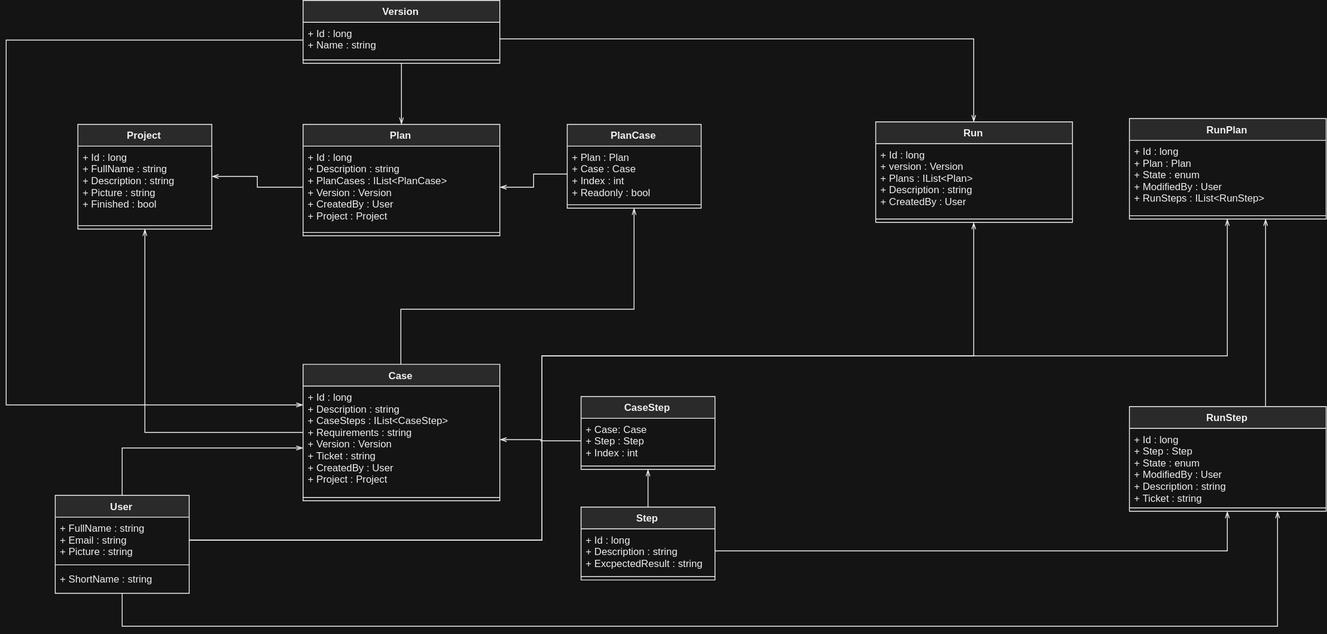
Before: Digramme_UML.svg, a diagram exported from draw.io (jeremy-beuchot/qualityreaction). Source tidied: cells renumbered, new cells last; positions are measured from the earlier drawing's top-left corner, leaving out a move shared by most shapes.
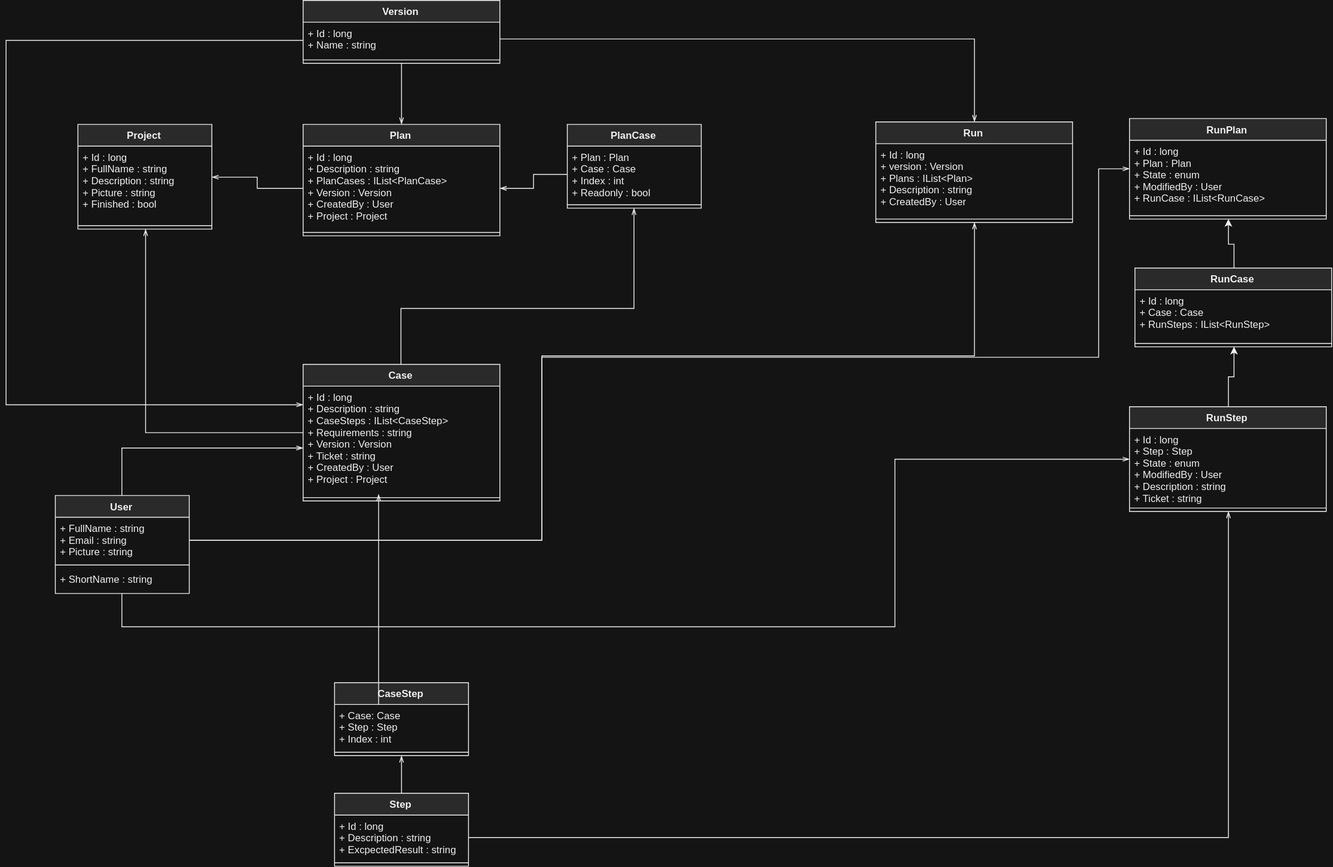
Later version of the same file.

Commit message:
Update of UML digram

What changed in the source:
```diff
@@ -34,7 +34,7 @@
       <mxGeometry relative="1" as="geometry" />
     </mxCell>
     <mxCell id="11" value="Step" style="swimlane;fontStyle=1;align=center;verticalAlign=top;horizontal=1;startSize=26;" parent="1" vertex="1">
-      <mxGeometry x="686.5" y="605" width="160" height="87" as="geometry" />
+      <mxGeometry x="392" y="946.5" width="160" height="87" as="geometry" />
     </mxCell>
     <mxCell id="12" value="+ Id : long&#10;+ Description : string&#10;+ ExcpectedResult : string&#10;" style="text;strokeColor=none;fillColor=none;align=left;verticalAlign=top;spacingLeft=4;spacingRight=4;overflow=hidden;points=[[0,0.5],[1,0.5]];portConstraint=eastwest;" parent="11" vertex="1">
       <mxGeometry y="26" width="160" height="53" as="geometry" />
@@ -63,7 +63,7 @@
       <mxGeometry y="155" width="235" height="8" as="geometry" />
     </mxCell>
     <mxCell id="19" value="CaseStep" style="swimlane;fontStyle=1;align=center;verticalAlign=top;horizontal=1;startSize=26;" parent="1" vertex="1">
-      <mxGeometry x="686.5" y="473" width="160" height="87" as="geometry" />
+      <mxGeometry x="392" y="814.5" width="160" height="87" as="geometry" />
     </mxCell>
     <mxCell id="20" value="+ Case: Case&#10;+ Step : Step&#10;+ Index : int&#10;" style="text;strokeColor=none;fillColor=none;align=left;verticalAlign=top;spacingLeft=4;spacingRight=4;overflow=hidden;points=[[0,0.5],[1,0.5]];portConstraint=eastwest;" parent="19" vertex="1">
       <mxGeometry y="26" width="160" height="53" as="geometry" />
@@ -72,7 +72,12 @@
       <mxGeometry y="79" width="160" height="8" as="geometry" />
     </mxCell>
     <mxCell id="22" style="edgeStyle=orthogonalEdgeStyle;rounded=0;html=1;jettySize=auto;endArrow=openThin;endFill=0;" parent="1" edge="1" source="20" target="17">
-      <mxGeometry relative="1" as="geometry" />
+      <mxGeometry relative="1" as="geometry">
+        <Array as="points">
+          <mxPoint x="444" y="770" />
+          <mxPoint x="444" y="770" />
+        </Array>
+      </mxGeometry>
     </mxCell>
     <mxCell id="23" value="Plan" style="swimlane;fontStyle=1;align=center;verticalAlign=top;horizontal=1;startSize=26;" parent="1" vertex="1">
       <mxGeometry x="354.5" y="148" width="235" height="133" as="geometry" />
@@ -142,7 +147,7 @@
     <mxCell id="41" value="RunPlan" style="swimlane;fontStyle=1;align=center;verticalAlign=top;horizontal=1;startSize=26;" parent="1" vertex="1">
       <mxGeometry x="1341.5" y="141" width="235" height="120" as="geometry" />
     </mxCell>
-    <mxCell id="42" value="+ Id : long&#10;+ Plan : Plan&#10;+ State : enum&#10;+ ModifiedBy : User&#10;+ RunSteps : IList&lt;RunStep&gt;" style="text;strokeColor=none;fillColor=none;align=left;verticalAlign=top;spacingLeft=4;spacingRight=4;overflow=hidden;" parent="41" vertex="1">
+    <mxCell id="42" value="+ Id : long&#10;+ Plan : Plan&#10;+ State : enum&#10;+ ModifiedBy : User&#10;+ RunCase : IList&lt;RunCase&gt;" style="text;strokeColor=none;fillColor=none;align=left;verticalAlign=top;spacingLeft=4;spacingRight=4;overflow=hidden;" parent="41" vertex="1">
       <mxGeometry y="26" width="235" height="86" as="geometry" />
     </mxCell>
     <mxCell id="43" style="line;strokeWidth=1;fillColor=none;align=left;verticalAlign=middle;spacingTop=-1;spacingLeft=3;spacingRight=3;labelPosition=right;" parent="41" vertex="1">
@@ -152,11 +157,15 @@
       <mxGeometry relative="1" as="geometry">
         <Array as="points">
           <mxPoint x="640" y="644" />
-          <mxPoint x="640" y="425" />
-          <mxPoint x="1459" y="425" />
+          <mxPoint x="640" y="426" />
+          <mxPoint x="1304" y="426" />
+          <mxPoint x="1304" y="201" />
         </Array>
       </mxGeometry>
     </mxCell>
+    <mxCell id="51" style="edgeStyle=orthogonalEdgeStyle;rounded=0;html=1;jettySize=auto;" parent="1" edge="1" source="45" target="53">
+      <mxGeometry relative="1" as="geometry" />
+    </mxCell>
     <mxCell id="45" value="RunStep" style="swimlane;fontStyle=1;align=center;verticalAlign=top;horizontal=1;startSize=26;" parent="1" vertex="1">
       <mxGeometry x="1341.5" y="485" width="235" height="125" as="geometry" />
     </mxCell>
@@ -166,14 +175,6 @@
     <mxCell id="47" style="line;strokeWidth=1;fillColor=none;align=left;verticalAlign=middle;spacingTop=-1;spacingLeft=3;spacingRight=3;labelPosition=right;" parent="45" vertex="1">
       <mxGeometry y="117" width="235" height="8" as="geometry" />
     </mxCell>
-    <mxCell id="48" style="edgeStyle=orthogonalEdgeStyle;rounded=0;html=1;endArrow=openThin;endFill=0;jettySize=auto;" parent="1" edge="1" source="45" target="41">
-      <mxGeometry relative="1" as="geometry">
-        <Array as="points">
-          <mxPoint x="1504" y="443" />
-          <mxPoint x="1504" y="443" />
-        </Array>
-      </mxGeometry>
-    </mxCell>
     <mxCell id="49" style="edgeStyle=orthogonalEdgeStyle;rounded=0;html=1;endArrow=openThin;endFill=0;jettySize=auto;" parent="1" edge="1" source="12" target="45">
       <mxGeometry relative="1" as="geometry" />
     </mxCell>
@@ -181,9 +182,22 @@
       <mxGeometry relative="1" as="geometry">
         <Array as="points">
           <mxPoint x="138" y="747" />
-          <mxPoint x="1518" y="747" />
+          <mxPoint x="1062" y="747" />
+          <mxPoint x="1062" y="548" />
         </Array>
       </mxGeometry>
     </mxCell>
+    <mxCell id="52" style="edgeStyle=orthogonalEdgeStyle;rounded=0;html=1;jettySize=auto;" parent="1" edge="1" source="53" target="41">
+      <mxGeometry relative="1" as="geometry" />
+    </mxCell>
+    <mxCell id="53" value="RunCase" style="swimlane;fontStyle=1;align=center;verticalAlign=top;horizontal=1;startSize=26;" parent="1" vertex="1">
+      <mxGeometry x="1348" y="319.5" width="235" height="94" as="geometry" />
+    </mxCell>
+    <mxCell id="54" value="+ Id : long&#10;+ Case : Case&#10;+ RunSteps : IList&lt;RunStep&gt;&#10;" style="text;strokeColor=none;fillColor=none;align=left;verticalAlign=top;spacingLeft=4;spacingRight=4;overflow=hidden;" parent="53" vertex="1">
+      <mxGeometry y="26" width="235" height="60" as="geometry" />
+    </mxCell>
+    <mxCell id="55" style="line;strokeWidth=1;fillColor=none;align=left;verticalAlign=middle;spacingTop=-1;spacingLeft=3;spacingRight=3;labelPosition=right;" parent="53" vertex="1">
+      <mxGeometry y="86" width="235" height="8" as="geometry" />
+    </mxCell>
   </root>
 </mxGraphModel>
```
